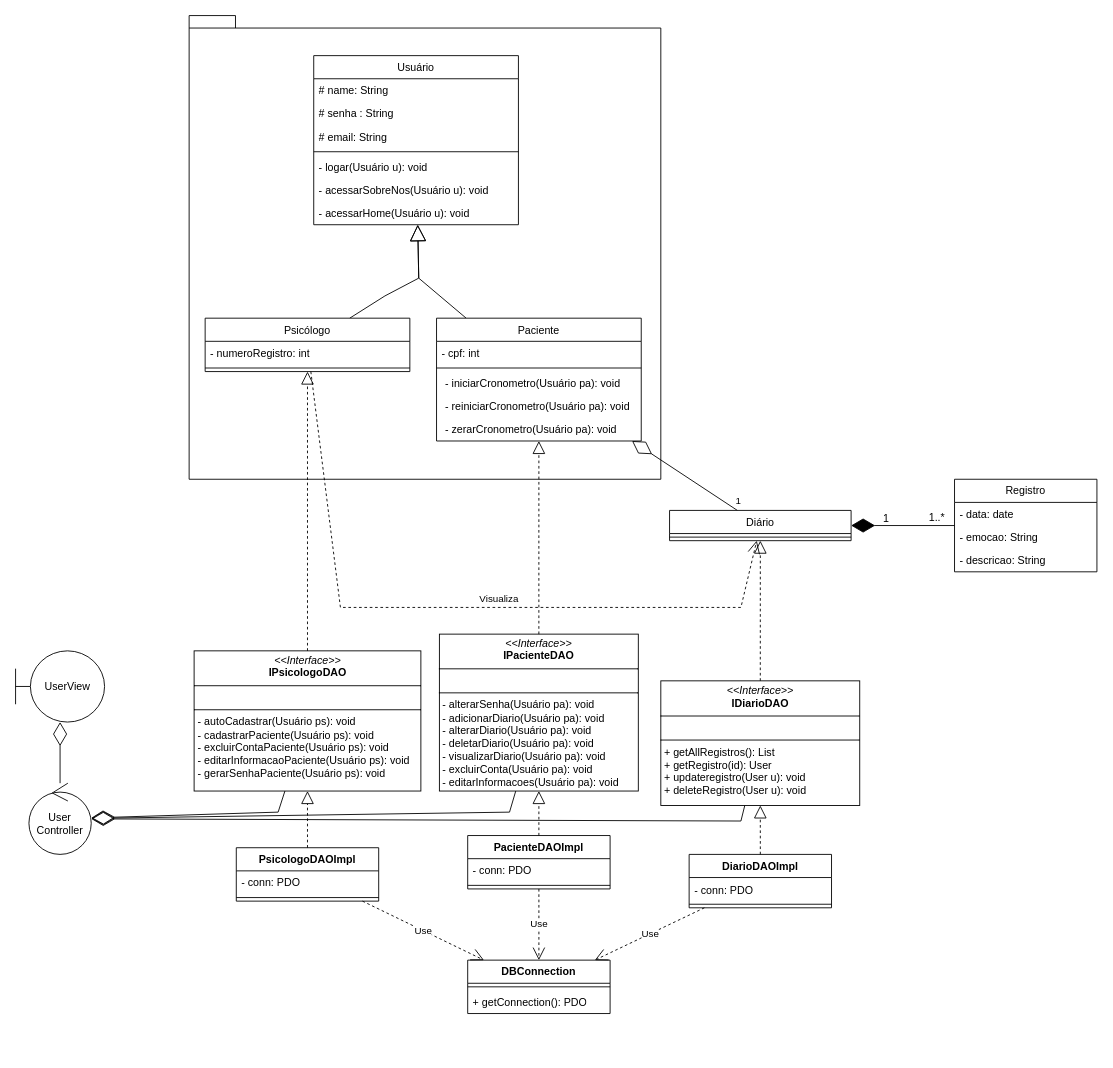
Before: InterfaceMyPeace.drawio in RebecaVieiraM/Diagramas, a draw.io diagram. Source tidied: cells renumbered, new cells numbered last; positions are measured from the earlier drawing's top-left corner, leaving out a move shared by most shapes. Both pictures are drawn from the tidied source at 89%, with x=0, y=0 at pixel (15, 15).
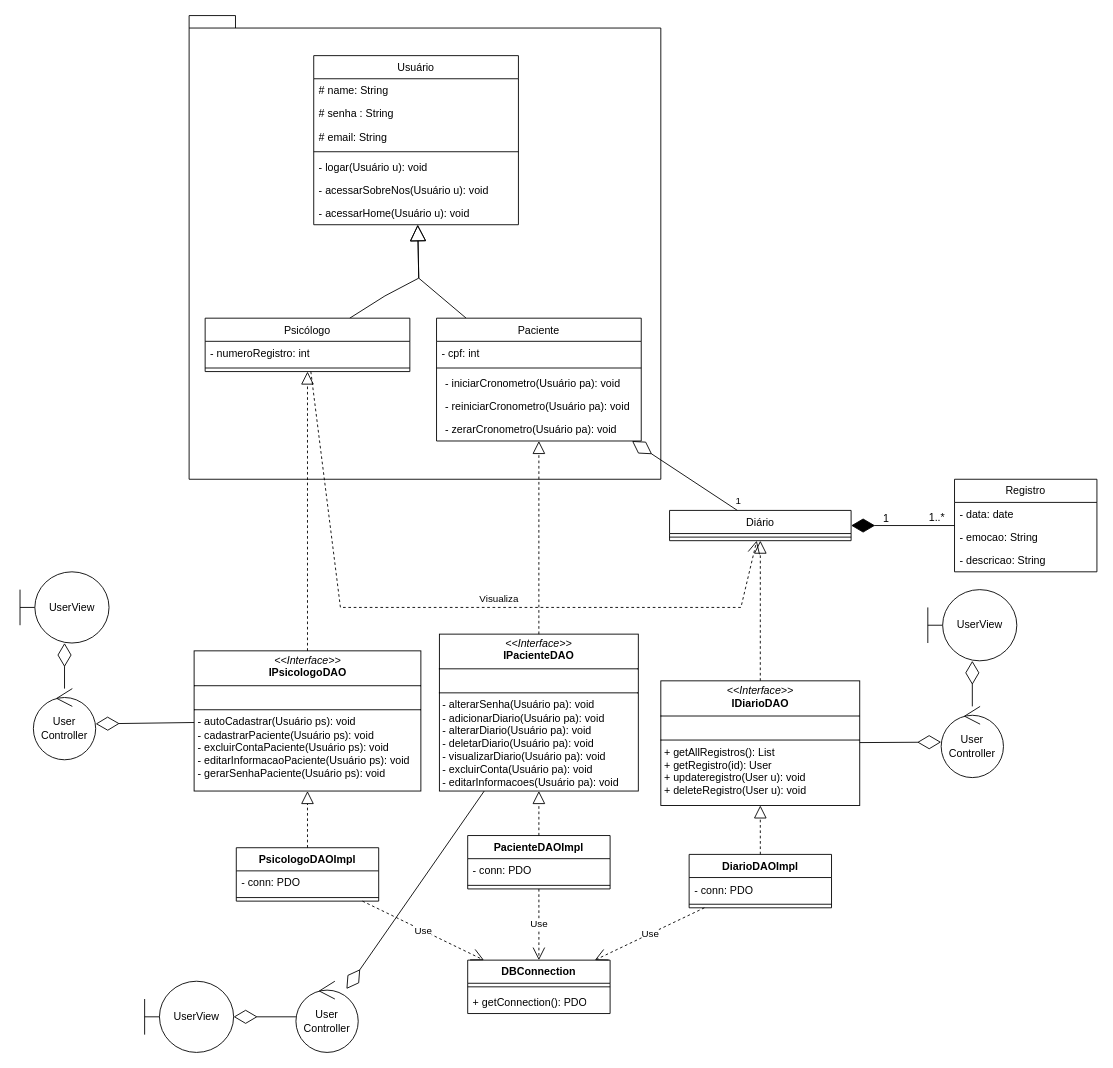
Above is the later version.

The change refers to these unchanged cells:
```xml
<mxCell id="40" value="&lt;p style=&quot;margin:0px;margin-top:4px;text-align:center;&quot;&gt;&lt;i&gt;&amp;lt;&amp;lt;Interface&amp;gt;&amp;gt;&lt;/i&gt;&lt;br&gt;&lt;b&gt;IPsicologoDAO&lt;/b&gt;&lt;/p&gt;&lt;hr size=&quot;1&quot; style=&quot;border-style:solid;&quot;&gt;&lt;p style=&quot;margin:0px;margin-left:4px;&quot;&gt;&lt;br&gt;&lt;/p&gt;&lt;hr size=&quot;1&quot; style=&quot;border-style:solid;&quot;&gt;&lt;p style=&quot;margin:0px;margin-left:4px;&quot;&gt;- autoCadastrar(Usuário ps): void&lt;br&gt;&lt;/p&gt;&lt;p style=&quot;margin:0px;margin-left:4px;&quot;&gt;- cadastrarPaciente(Usuário ps): void&lt;br&gt;&lt;/p&gt;&lt;p style=&quot;margin:0px;margin-left:4px;&quot;&gt;&lt;span style=&quot;background-color: initial;&quot;&gt;- excluirContaPaciente(Usuário ps): void&lt;/span&gt;&lt;br&gt;&lt;/p&gt;&lt;p style=&quot;margin:0px;margin-left:4px;&quot;&gt;- editarInformacaoPaciente(Usuário ps): void&lt;span style=&quot;background-color: initial;&quot;&gt;&lt;br&gt;&lt;/span&gt;&lt;/p&gt;&lt;p style=&quot;margin:0px;margin-left:4px;&quot;&gt;- gerarSenhaPaciente(Usuário ps): void&lt;br&gt;&lt;/p&gt;" style="verticalAlign=top;align=left;overflow=fill;html=1;whiteSpace=wrap;" parent="1" vertex="1">
  <mxGeometry x="200.6" y="713.8" width="254.8" height="157.5" as="geometry" />
</mxCell>
<mxCell id="43" value="&lt;p style=&quot;margin:0px;margin-top:4px;text-align:center;&quot;&gt;&lt;i&gt;&amp;lt;&amp;lt;Interface&amp;gt;&amp;gt;&lt;/i&gt;&lt;br&gt;&lt;b&gt;IPacienteDAO&lt;/b&gt;&lt;/p&gt;&lt;hr size=&quot;1&quot; style=&quot;border-style:solid;&quot;&gt;&lt;p style=&quot;margin:0px;margin-left:4px;&quot;&gt;&lt;br&gt;&lt;/p&gt;&lt;hr size=&quot;1&quot; style=&quot;border-style:solid;&quot;&gt;&lt;p style=&quot;margin:0px;margin-left:4px;&quot;&gt;&lt;span style=&quot;background-color: initial;&quot;&gt;- alterarSenha(Usuário pa): void&lt;/span&gt;&lt;/p&gt;&lt;p style=&quot;margin:0px;margin-left:4px;&quot;&gt;&lt;span style=&quot;background-color: initial;&quot;&gt;- adicionarDiario(Usuário pa): void&lt;/span&gt;&lt;/p&gt;&lt;p style=&quot;margin:0px;margin-left:4px;&quot;&gt;- alterarDiario(Usuário pa): void&lt;br&gt;&lt;/p&gt;&lt;p style=&quot;margin:0px;margin-left:4px;&quot;&gt;- deletarDiario(Usuário pa): void&lt;br&gt;&lt;/p&gt;&lt;p style=&quot;margin:0px;margin-left:4px;&quot;&gt;- visualizarDiario(Usuário pa): void&lt;br&gt;&lt;/p&gt;&lt;p style=&quot;margin:0px;margin-left:4px;&quot;&gt;- excluirConta(Usuário pa): void&lt;br&gt;&lt;/p&gt;&lt;p style=&quot;margin:0px;margin-left:4px;&quot;&gt;- editarInformacoes(Usuário pa): void&lt;br&gt;&lt;/p&gt;" style="verticalAlign=top;align=left;overflow=fill;html=1;whiteSpace=wrap;" parent="1" vertex="1">
  <mxGeometry x="476.2" y="695" width="223.5" height="176.3" as="geometry" />
</mxCell>
<mxCell id="50" value="&lt;p style=&quot;margin:0px;margin-top:4px;text-align:center;&quot;&gt;&lt;i&gt;&amp;lt;&amp;lt;Interface&amp;gt;&amp;gt;&lt;/i&gt;&lt;br&gt;&lt;b&gt;IDiarioDAO&lt;/b&gt;&lt;/p&gt;&lt;hr size=&quot;1&quot; style=&quot;border-style:solid;&quot;&gt;&lt;p style=&quot;margin:0px;margin-left:4px;&quot;&gt;&lt;br&gt;&lt;/p&gt;&lt;hr size=&quot;1&quot; style=&quot;border-style:solid;&quot;&gt;&lt;p style=&quot;margin: 0px 0px 0px 4px;&quot;&gt;+ getAllRegistros(): List&amp;nbsp;&lt;/p&gt;&lt;p style=&quot;margin: 0px 0px 0px 4px;&quot;&gt;+ getRegistro(id): User&amp;nbsp;&lt;/p&gt;&lt;p style=&quot;margin: 0px 0px 0px 4px;&quot;&gt;+ updateregistro(User u): void&amp;nbsp;&lt;/p&gt;&lt;p style=&quot;margin: 0px 0px 0px 4px;&quot;&gt;+ deleteRegistro(User u): void&lt;/p&gt;" style="verticalAlign=top;align=left;overflow=fill;html=1;whiteSpace=wrap;" parent="1" vertex="1">
  <mxGeometry x="725" y="747.5" width="223.5" height="140" as="geometry" />
</mxCell>
```

Diff of the diagram source:
```diff
@@
     <mxCell id="58" value="User Controller" style="ellipse;shape=umlControl;whiteSpace=wrap;html=1;" parent="1" vertex="1">
-      <mxGeometry x="15" y="862.5" width="70" height="80" as="geometry" />
+      <mxGeometry x="20" y="756.2" width="70" height="80" as="geometry" />
     </mxCell>
-    <mxCell id="59" style="endArrow=diamondThin;endFill=0;endSize=24;html=1;rounded=0;" parent="1" edge="1" source="50" target="58">
-      <mxGeometry relative="1" as="geometry">
-        <Array as="points">
-          <mxPoint x="815" y="905" />
-        </Array>
-      </mxGeometry>
-    </mxCell>
     <mxCell id="60" value="UserView" style="shape=umlBoundary;whiteSpace=wrap;html=1;" parent="1" vertex="1">
-      <mxGeometry y="713.8" width="100" height="80" as="geometry" />
+      <mxGeometry x="5" y="625" width="100" height="80" as="geometry" />
     </mxCell>
@@
-    <mxCell id="62" style="endArrow=diamondThin;endFill=0;endSize=24;html=1;rounded=0;" parent="1" edge="1" source="43" target="58">
-      <mxGeometry relative="1" as="geometry">
-        <Array as="points">
-          <mxPoint x="555" y="895" />
-        </Array>
-      </mxGeometry>
-    </mxCell>
     <mxCell id="63" style="endArrow=diamondThin;endFill=0;endSize=24;html=1;rounded=0;" parent="1" edge="1" source="40" target="58">
-      <mxGeometry relative="1" as="geometry">
-        <Array as="points">
-          <mxPoint x="295" y="895" />
-        </Array>
-      </mxGeometry>
+      <mxGeometry relative="1" as="geometry" />
     </mxCell>
+    <mxCell id="64" value="User Controller" style="ellipse;shape=umlControl;whiteSpace=wrap;html=1;" parent="1" vertex="1">
+      <mxGeometry x="1040" y="776.2" width="70" height="80" as="geometry" />
+    </mxCell>
+    <mxCell id="65" value="UserView" style="shape=umlBoundary;whiteSpace=wrap;html=1;" parent="1" vertex="1">
+      <mxGeometry x="1025" y="645" width="100" height="80" as="geometry" />
+    </mxCell>
+    <mxCell id="66" style="endArrow=diamondThin;endFill=0;endSize=24;html=1;rounded=0;" parent="1" edge="1" source="64" target="65">
+      <mxGeometry relative="1" as="geometry" />
+    </mxCell>
+    <mxCell id="67" style="endArrow=diamondThin;endFill=0;endSize=24;html=1;rounded=0;" parent="1" edge="1" source="50" target="64">
+      <mxGeometry relative="1" as="geometry" />
+    </mxCell>
+    <mxCell id="68" value="User Controller" style="ellipse;shape=umlControl;whiteSpace=wrap;html=1;" parent="1" vertex="1">
+      <mxGeometry x="315" y="1085" width="70" height="80" as="geometry" />
+    </mxCell>
+    <mxCell id="69" value="UserView" style="shape=umlBoundary;whiteSpace=wrap;html=1;" parent="1" vertex="1">
+      <mxGeometry x="145" y="1085" width="100" height="80" as="geometry" />
+    </mxCell>
+    <mxCell id="70" style="endArrow=diamondThin;endFill=0;endSize=24;html=1;rounded=0;" parent="1" edge="1" source="68" target="69">
+      <mxGeometry relative="1" as="geometry" />
+    </mxCell>
+    <mxCell id="71" style="endArrow=diamondThin;endFill=0;endSize=24;html=1;rounded=0;" parent="1" edge="1" source="43" target="68">
+      <mxGeometry relative="1" as="geometry" />
+    </mxCell>
```
